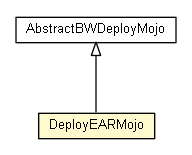
Earlier version of the Graphviz export bw-maven-plugin/apidocs/fr/fastconnect/factory/tibco/bw/maven/deployment/DeployEARMojo.png (fastconnect/tibco-factory). Its source is kept beside it as bw-maven-plugin/apidocs/fr/fastconnect/factory/tibco/bw/maven/deployment/DeployEARMojo.dot.
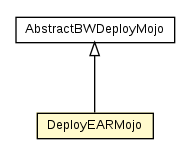
The same file after the commit.

Change to the diagram source:
```diff
@@ -1,18 +1,18 @@
 
 digraph G {
-	edge [fontname="arial",fontsize=10,labelfontname="arial",labelfontsize=10];
-	node [fontname="arial",fontsize=10,shape=plaintext];
+	edge [fontname="Helvetica",fontsize=10,labelfontname="Helvetica",labelfontsize=10];
+	node [fontname="Helvetica",fontsize=10,shape=plaintext];
 	nodesep=0.25;
 	ranksep=0.5;
-	c1981 [label=<<table title="fr.fastconnect.factory.tibco.bw.maven.deployment.DeployEARMojo" border="0" cellborder="1" cellspacing="0" cellpadding="2" port="p" bgcolor="lemonChiffon" href="./DeployEARMojo.html">
+	c2117 [label=<<table title="fr.fastconnect.factory.tibco.bw.maven.deployment.DeployEARMojo" border="0" cellborder="1" cellspacing="0" cellpadding="2" port="p" bgcolor="lemonChiffon" href="./DeployEARMojo.html">
 		<tr><td><table border="0" cellspacing="0" cellpadding="1">
 <tr><td align="center" balign="center"> DeployEARMojo </td></tr>
 		</table></td></tr>
-		</table>>, URL="./DeployEARMojo.html", fontname="arial", fontcolor="black", fontsize=10.0];
-	c1983 [label=<<table title="fr.fastconnect.factory.tibco.bw.maven.deployment.AbstractBWDeployMojo" border="0" cellborder="1" cellspacing="0" cellpadding="2" port="p" href="./AbstractBWDeployMojo.html">
+		</table>>, URL="./DeployEARMojo.html", fontname="Helvetica", fontcolor="black", fontsize=10.0];
+	c2124 [label=<<table title="fr.fastconnect.factory.tibco.bw.maven.deployment.AbstractBWDeployMojo" border="0" cellborder="1" cellspacing="0" cellpadding="2" port="p" href="./AbstractBWDeployMojo.html">
 		<tr><td><table border="0" cellspacing="0" cellpadding="1">
 <tr><td align="center" balign="center"> AbstractBWDeployMojo </td></tr>
 		</table></td></tr>
-		</table>>, URL="./AbstractBWDeployMojo.html", fontname="arial", fontcolor="black", fontsize=10.0];
-	c1983:p -> c1981:p [dir=back,arrowtail=empty];
+		</table>>, URL="./AbstractBWDeployMojo.html", fontname="Helvetica", fontcolor="black", fontsize=10.0];
+	c2124:p -> c2117:p [dir=back,arrowtail=empty];
 }
```
